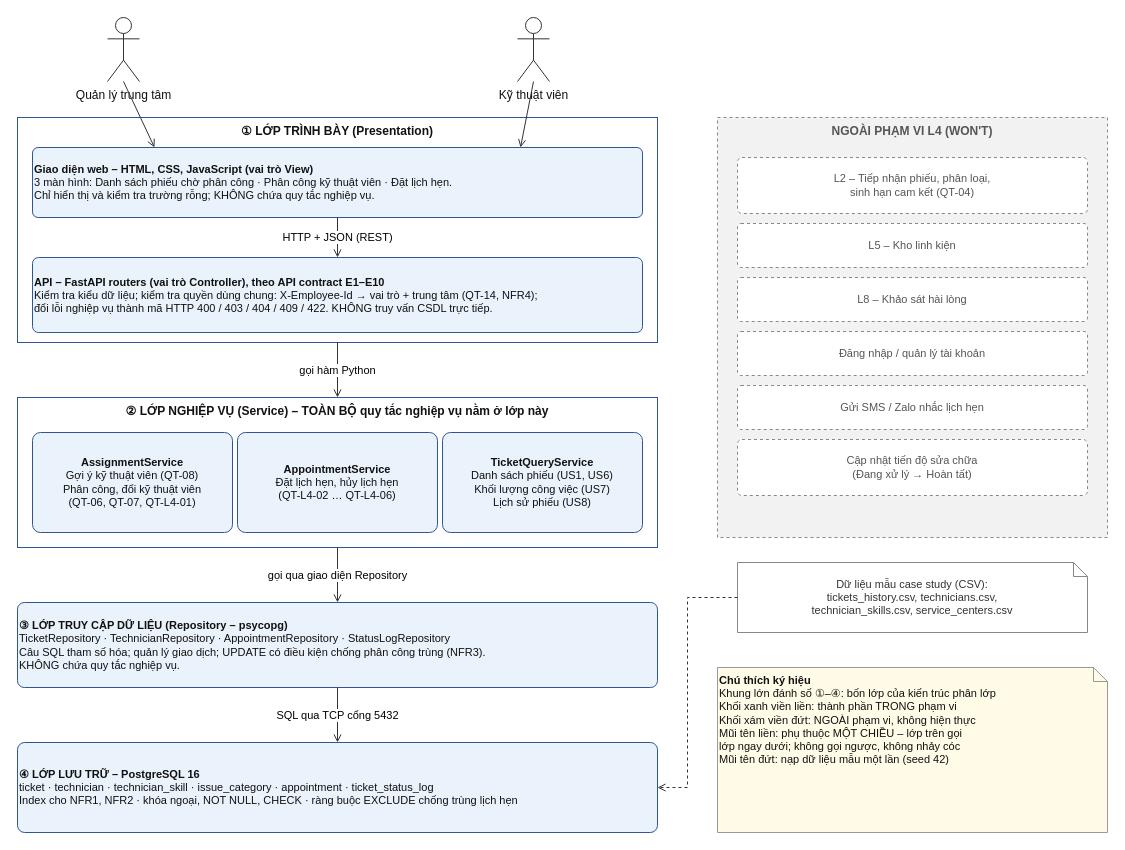
Before: docs/architecture.drawio in Thaiduc2374802010117/smartcrm-2374802010117-technician-assignment, a draw.io diagram. Source tidied: cells renumbered, new cells numbered last; positions are measured from the earlier drawing's top-left corner, leaving out a move shared by most shapes. Both pictures are drawn from the tidied source at 100%, with x=0, y=0 at pixel (17, 17).
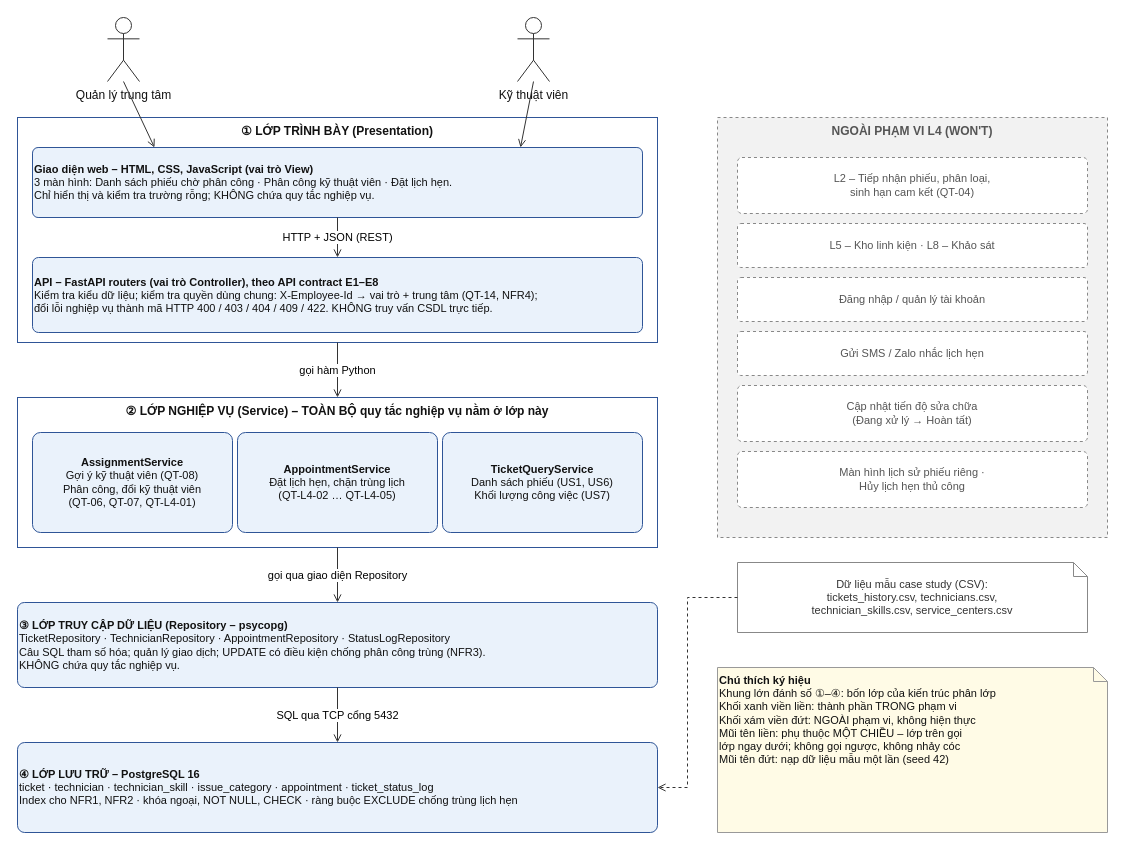
Above is the later version.

The edit, as a diff of the source:
```diff
@@
-    <mxCell id="6" value="&lt;b&gt;API – FastAPI routers (vai trò Controller), theo API contract E1–E10&lt;/b&gt;&lt;br&gt;Kiểm tra kiểu dữ liệu; kiểm tra quyền dùng chung: X-Employee-Id → vai trò + trung tâm (QT-14, NFR4);&lt;br&gt;đổi lỗi nghiệp vụ thành mã HTTP 400 / 403 / 404 / 409 / 422. KHÔNG truy vấn CSDL trực tiếp." style="rounded=1;arcSize=8;whiteSpace=wrap;html=1;fillColor=#EAF2FB;strokeColor=#2F5597;fontSize=11;fontColor=#111111;align=left;verticalAlign=middle;" parent="1" vertex="1">
+    <mxCell id="6" value="&lt;b&gt;API – FastAPI routers (vai trò Controller), theo API contract E1–E8&lt;/b&gt;&lt;br&gt;Kiểm tra kiểu dữ liệu; kiểm tra quyền dùng chung: X-Employee-Id → vai trò + trung tâm (QT-14, NFR4);&lt;br&gt;đổi lỗi nghiệp vụ thành mã HTTP 400 / 403 / 404 / 409 / 422. KHÔNG truy vấn CSDL trực tiếp." style="rounded=1;arcSize=8;whiteSpace=wrap;html=1;fillColor=#EAF2FB;strokeColor=#2F5597;fontSize=11;fontColor=#111111;align=left;verticalAlign=middle;" parent="1" vertex="1">
       <mxGeometry x="15" y="240" width="610" height="75" as="geometry" />
     </mxCell>
@@
-    <mxCell id="9" value="&lt;b&gt;AppointmentService&lt;/b&gt;&lt;br&gt;Đặt lịch hẹn, hủy lịch hẹn&lt;br&gt;(QT-L4-02 … QT-L4-06)" style="rounded=1;arcSize=8;whiteSpace=wrap;html=1;fillColor=#EAF2FB;strokeColor=#2F5597;fontSize=11;fontColor=#111111;align=center;verticalAlign=middle;" parent="1" vertex="1">
+    <mxCell id="9" value="&lt;b&gt;AppointmentService&lt;/b&gt;&lt;br&gt;Đặt lịch hẹn, chặn trùng lịch&lt;br&gt;(QT-L4-02 … QT-L4-05)" style="rounded=1;arcSize=8;whiteSpace=wrap;html=1;fillColor=#EAF2FB;strokeColor=#2F5597;fontSize=11;fontColor=#111111;align=center;verticalAlign=middle;" parent="1" vertex="1">
       <mxGeometry x="220" y="415" width="200" height="100" as="geometry" />
     </mxCell>
-    <mxCell id="10" value="&lt;b&gt;TicketQueryService&lt;/b&gt;&lt;br&gt;Danh sách phiếu (US1, US6)&lt;br&gt;Khối lượng công việc (US7)&lt;br&gt;Lịch sử phiếu (US8)" style="rounded=1;arcSize=8;whiteSpace=wrap;html=1;fillColor=#EAF2FB;strokeColor=#2F5597;fontSize=11;fontColor=#111111;align=center;verticalAlign=middle;" parent="1" vertex="1">
+    <mxCell id="10" value="&lt;b&gt;TicketQueryService&lt;/b&gt;&lt;br&gt;Danh sách phiếu (US1, US6)&lt;br&gt;Khối lượng công việc (US7)" style="rounded=1;arcSize=8;whiteSpace=wrap;html=1;fillColor=#EAF2FB;strokeColor=#2F5597;fontSize=11;fontColor=#111111;align=center;verticalAlign=middle;" parent="1" vertex="1">
       <mxGeometry x="425" y="415" width="200" height="100" as="geometry" />
     </mxCell>
@@
-    <mxCell id="15" value="L5 – Kho linh kiện" style="rounded=1;arcSize=8;whiteSpace=wrap;html=1;fillColor=#FFFFFF;strokeColor=#888888;fontSize=11;fontColor=#555555;align=center;verticalAlign=middle;dashed=1;" parent="1" vertex="1">
+    <mxCell id="15" value="L5 – Kho linh kiện · L8 – Khảo sát" style="rounded=1;arcSize=8;whiteSpace=wrap;html=1;fillColor=#FFFFFF;strokeColor=#888888;fontSize=11;fontColor=#555555;align=center;verticalAlign=middle;dashed=1;" parent="1" vertex="1">
       <mxGeometry x="720" y="206" width="350" height="44" as="geometry" />
     </mxCell>
-    <mxCell id="16" value="L8 – Khảo sát hài lòng" style="rounded=1;arcSize=8;whiteSpace=wrap;html=1;fillColor=#FFFFFF;strokeColor=#888888;fontSize=11;fontColor=#555555;align=center;verticalAlign=middle;dashed=1;" parent="1" vertex="1">
+    <mxCell id="16" value="Đăng nhập / quản lý tài khoản" style="rounded=1;arcSize=8;whiteSpace=wrap;html=1;fillColor=#FFFFFF;strokeColor=#888888;fontSize=11;fontColor=#555555;align=center;verticalAlign=middle;dashed=1;" parent="1" vertex="1">
       <mxGeometry x="720" y="260" width="350" height="44" as="geometry" />
     </mxCell>
-    <mxCell id="17" value="Đăng nhập / quản lý tài khoản" style="rounded=1;arcSize=8;whiteSpace=wrap;html=1;fillColor=#FFFFFF;strokeColor=#888888;fontSize=11;fontColor=#555555;align=center;verticalAlign=middle;dashed=1;" parent="1" vertex="1">
+    <mxCell id="17" value="Gửi SMS / Zalo nhắc lịch hẹn" style="rounded=1;arcSize=8;whiteSpace=wrap;html=1;fillColor=#FFFFFF;strokeColor=#888888;fontSize=11;fontColor=#555555;align=center;verticalAlign=middle;dashed=1;" parent="1" vertex="1">
       <mxGeometry x="720" y="314" width="350" height="44" as="geometry" />
     </mxCell>
-    <mxCell id="18" value="Gửi SMS / Zalo nhắc lịch hẹn" style="rounded=1;arcSize=8;whiteSpace=wrap;html=1;fillColor=#FFFFFF;strokeColor=#888888;fontSize=11;fontColor=#555555;align=center;verticalAlign=middle;dashed=1;" parent="1" vertex="1">
-      <mxGeometry x="720" y="368" width="350" height="44" as="geometry" />
+    <mxCell id="18" value="Cập nhật tiến độ sửa chữa&lt;br&gt;(Đang xử lý → Hoàn tất)" style="rounded=1;arcSize=8;whiteSpace=wrap;html=1;fillColor=#FFFFFF;strokeColor=#888888;fontSize=11;fontColor=#555555;align=center;verticalAlign=middle;dashed=1;" parent="1" vertex="1">
+      <mxGeometry x="720" y="368" width="350" height="56" as="geometry" />
     </mxCell>
-    <mxCell id="19" value="Cập nhật tiến độ sửa chữa&lt;br&gt;(Đang xử lý → Hoàn tất)" style="rounded=1;arcSize=8;whiteSpace=wrap;html=1;fillColor=#FFFFFF;strokeColor=#888888;fontSize=11;fontColor=#555555;align=center;verticalAlign=middle;dashed=1;" parent="1" vertex="1">
-      <mxGeometry x="720" y="422" width="350" height="56" as="geometry" />
+    <mxCell id="19" value="Màn hình lịch sử phiếu riêng ·&lt;br&gt;Hủy lịch hẹn thủ công" style="rounded=1;arcSize=8;whiteSpace=wrap;html=1;fillColor=#FFFFFF;strokeColor=#888888;fontSize=11;fontColor=#555555;align=center;verticalAlign=middle;dashed=1;" parent="1" vertex="1">
+      <mxGeometry x="720" y="434" width="350" height="56" as="geometry" />
     </mxCell>
```
